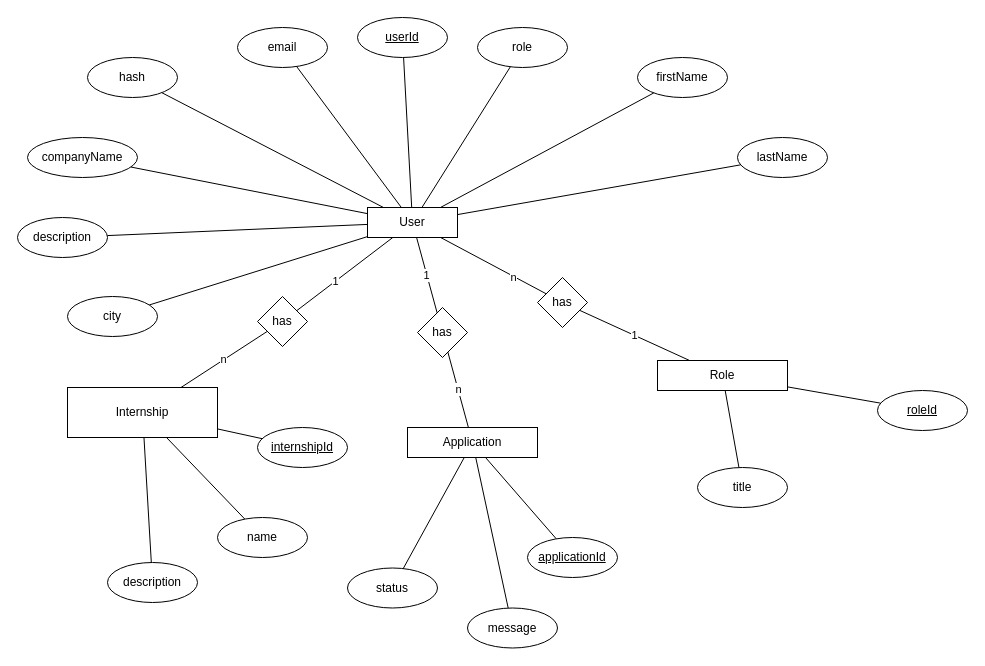
The draw.io diagram docs/ER-diagram2.drawio in binhpham199x/praktikumsboerse, before the edit. Source tidied: cells renumbered, new cells numbered last; positions are measured from the earlier drawing's top-left corner, leaving out a move shared by most shapes. Both pictures are drawn from the tidied source at 100%, with x=0, y=0 at pixel (17, 17).
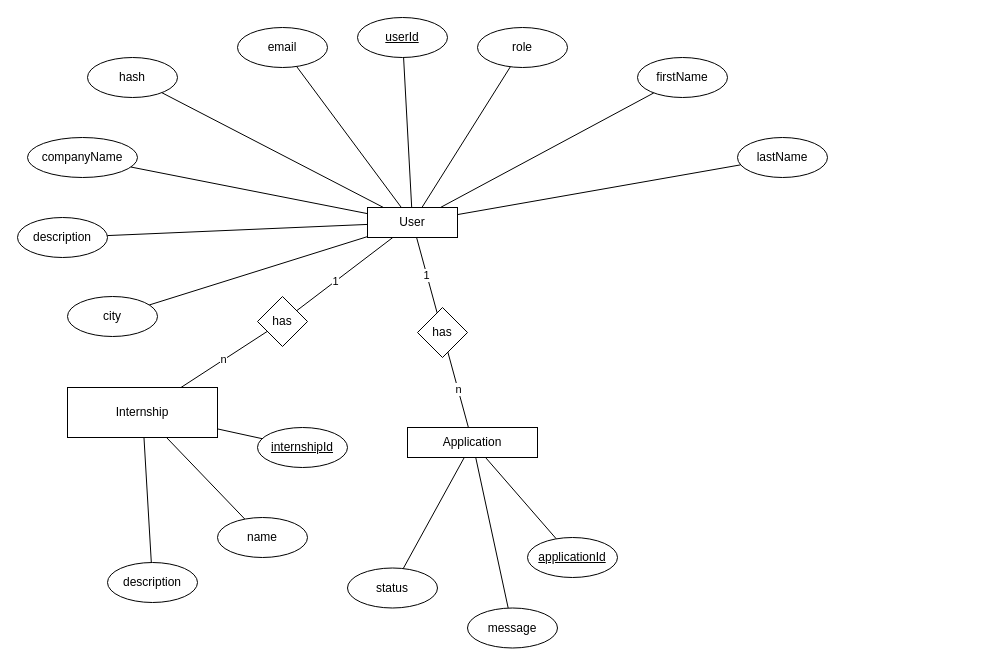
The same diagram, later.

Commit message:
docs: adjust ERD

The change refers to these unchanged cells:
```xml
<mxCell id="8" value="User" style="rounded=0;whiteSpace=wrap;html=1;" parent="1" vertex="1">
  <mxGeometry x="350" y="190" width="90" height="30" as="geometry" />
</mxCell>
```

Change to the diagram source:
```diff
@@
-    <mxCell id="6" style="edgeStyle=none;html=1;endArrow=none;endFill=0;" parent="1" edge="1" source="8" target="44">
-      <mxGeometry relative="1" as="geometry" />
-    </mxCell>
-    <mxCell id="7" value="n" style="edgeLabel;html=1;align=center;verticalAlign=middle;" parent="6" vertex="1">
-      <mxGeometry x="0.37" y="-1" relative="1" as="geometry" />
-    </mxCell>
@@
-    <mxCell id="43" value="1" style="edgeStyle=none;html=1;endArrow=none;endFill=0;" parent="1" edge="1" source="44" target="47">
-      <mxGeometry relative="1" as="geometry" />
+    <mxCell id="43" value="1" style="edgeStyle=none;html=1;endArrow=none;endFill=0;" parent="1" edge="1">
+      <mxGeometry relative="1" as="geometry">
+        <mxPoint x="562.2" y="292.8" as="sourcePoint" />
+      </mxGeometry>
     </mxCell>
-    <mxCell id="44" value="has" style="rhombus;whiteSpace=wrap;html=1;" parent="1" vertex="1">
-      <mxGeometry x="520" y="260" width="50" height="50" as="geometry" />
-    </mxCell>
-    <mxCell id="45" style="edgeStyle=none;html=1;endArrow=none;endFill=0;" parent="1" edge="1" source="47" target="48">
-      <mxGeometry relative="1" as="geometry" />
+    <mxCell id="45" style="edgeStyle=none;html=1;endArrow=none;endFill=0;" parent="1" edge="1">
+      <mxGeometry relative="1" as="geometry">
+        <mxPoint x="770" y="369.5" as="sourcePoint" />
+      </mxGeometry>
     </mxCell>
-    <mxCell id="46" style="edgeStyle=none;html=1;endArrow=none;endFill=0;" parent="1" edge="1" source="47" target="49">
-      <mxGeometry relative="1" as="geometry" />
+    <mxCell id="46" style="edgeStyle=none;html=1;endArrow=none;endFill=0;" parent="1" edge="1">
+      <mxGeometry relative="1" as="geometry">
+        <mxPoint x="707.7" y="373" as="sourcePoint" />
+      </mxGeometry>
     </mxCell>
-    <mxCell id="47" value="Role" style="rounded=0;whiteSpace=wrap;html=1;" parent="1" vertex="1">
-      <mxGeometry x="640" y="343" width="130" height="30" as="geometry" />
-    </mxCell>
-    <mxCell id="48" value="roleId" style="ellipse;whiteSpace=wrap;html=1;fontStyle=4;" parent="1" vertex="1">
-      <mxGeometry x="860" y="373" width="90" height="40" as="geometry" />
-    </mxCell>
-    <mxCell id="49" value="title" style="ellipse;whiteSpace=wrap;html=1;" parent="1" vertex="1">
-      <mxGeometry x="680" y="450" width="90" height="40" as="geometry" />
-    </mxCell>
```
